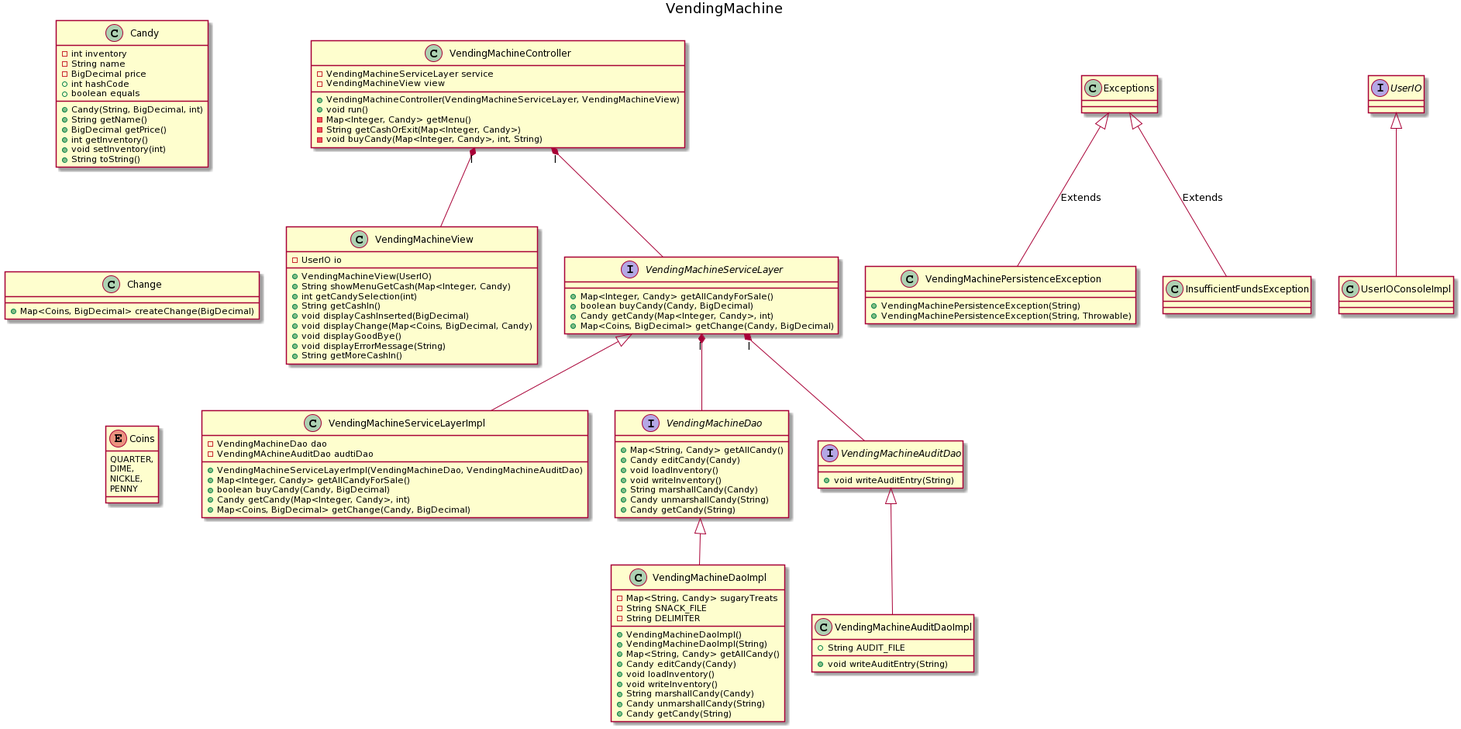
Before: UML/VendingMachine/VendingMachineClassDiagram.png, a diagram exported from PlantUML (rtdonin/JavaClasswork).
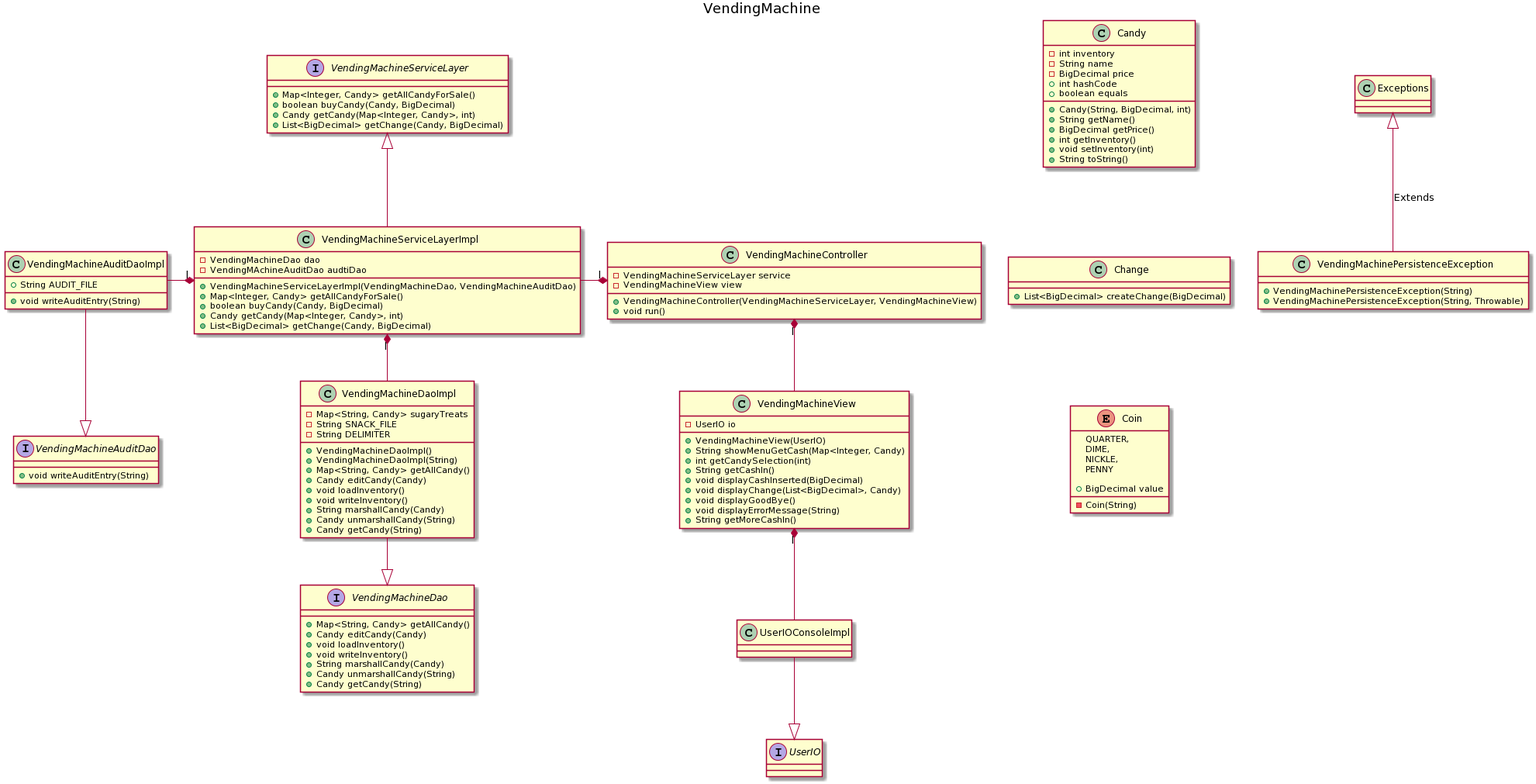
Above is the later version.

Diff of the diagram source:
```diff
@@ -23,9 +23,6 @@
     -VendingMachineView view
     +VendingMachineController(VendingMachineServiceLayer, VendingMachineView)
     +void run()
-    -Map<Integer, Candy> getMenu()
-    -String getCashOrExit(Map<Integer, Candy>)
-    -void buyCandy(Map<Integer, Candy>, int, String)
 }
 
 class VendingMachineView {
@@ -35,7 +32,7 @@
     +int getCandySelection(int)
     +String getCashIn()
     +void displayCashInserted(BigDecimal)
-    +void displayChange(Map<Coins, BigDecimal, Candy)
+    +void displayChange(List<BigDecimal>, Candy)
     +void displayGoodBye()
     +void displayErrorMessage(String)
     +String getMoreCashIn()
@@ -45,7 +42,7 @@
     +Map<Integer, Candy> getAllCandyForSale()
     +boolean buyCandy(Candy, BigDecimal)
     +Candy getCandy(Map<Integer, Candy>, int)
-    +Map<Coins, BigDecimal> getChange(Candy, BigDecimal)
+    +List<BigDecimal> getChange(Candy, BigDecimal)
 }
 
 class VendingMachineServiceLayerImpl{
@@ -55,18 +52,22 @@
     +Map<Integer, Candy> getAllCandyForSale()
     +boolean buyCandy(Candy, BigDecimal)
     +Candy getCandy(Map<Integer, Candy>, int)
-    +Map<Coins, BigDecimal> getChange(Candy, BigDecimal)
+    +List<BigDecimal> getChange(Candy, BigDecimal)
 }
 
 class Change {
-    +Map<Coins, BigDecimal> createChange(BigDecimal)
+    +List<BigDecimal> createChange(BigDecimal)
 }
 
-enum Coins {
+enum Coin {
     QUARTER,
     DIME,
     NICKLE,
     PENNY
+
+    +BigDecimal value
+    -Coin(String)
+
 }
 
 interface VendingMachineDao {
@@ -113,18 +114,18 @@
 class UserIOConsoleImpl
 
 Candy -[hidden]down-> Change /' formatting '/
-Change -[hidden]down-> Coins /' formatting '/
+Change -[hidden]down-> Coin /' formatting '/
 
-Exceptions<|--VendingMachinePersistenceException : Extends
-Exceptions<|--InsufficientFundsException : Extends
+Exceptions<|-down-VendingMachinePersistenceException : Extends
 
-VendingMachineController "l" *-- VendingMachineServiceLayer
+VendingMachineController "l" *-left- VendingMachineServiceLayerImpl
 VendingMachineController "l" *-- VendingMachineView
-VendingMachineServiceLayer "l" *-- VendingMachineDao
-VendingMachineServiceLayer "l" *-- VendingMachineAuditDao
+VendingMachineServiceLayerImpl "l" *-- VendingMachineDaoImpl
+VendingMachineServiceLayerImpl "l" *-left- VendingMachineAuditDaoImpl
+VendingMachineView "l" *-- UserIOConsoleImpl
 
-VendingMachineDao <|-- VendingMachineDaoImpl
-VendingMachineAuditDao <|-- VendingMachineAuditDaoImpl
-VendingMachineServiceLayer <|-- VendingMachineServiceLayerImpl
-UserIO <|-- UserIOConsoleImpl
+VendingMachineDao <|-up- VendingMachineDaoImpl
+VendingMachineAuditDao <|-up- VendingMachineAuditDaoImpl
+VendingMachineServiceLayer <|-down- VendingMachineServiceLayerImpl
+UserIO <|-up- UserIOConsoleImpl
 @enduml
```
